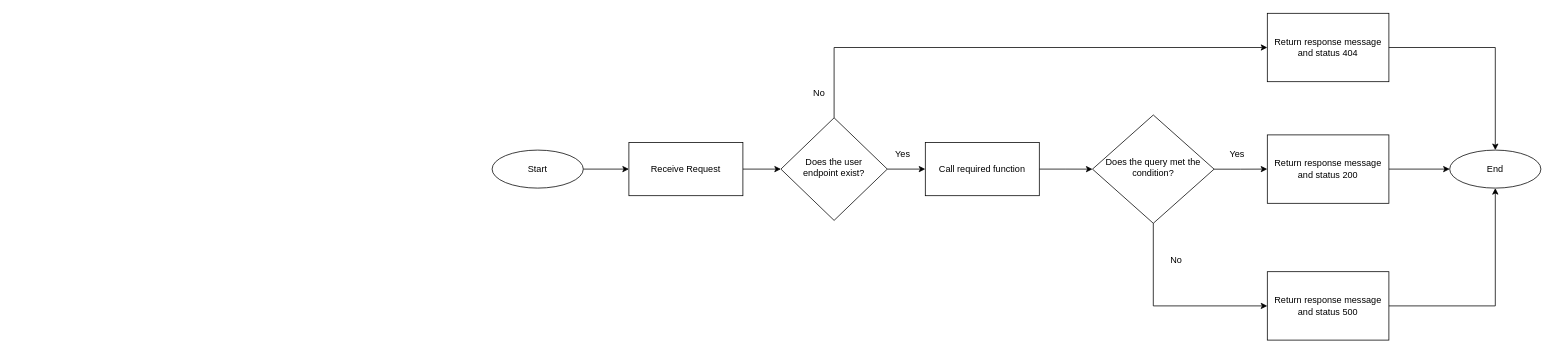
This is FlowBackend.drawio from aberizuki/Week-5, a draw.io file, before an edit. Source tidied: cells renumbered, new cells numbered last; positions are measured from the earlier drawing's top-left corner, leaving out a move shared by most shapes. Both pictures are drawn from the tidied source at 76%, with x=0, y=0 at pixel (492, 13).
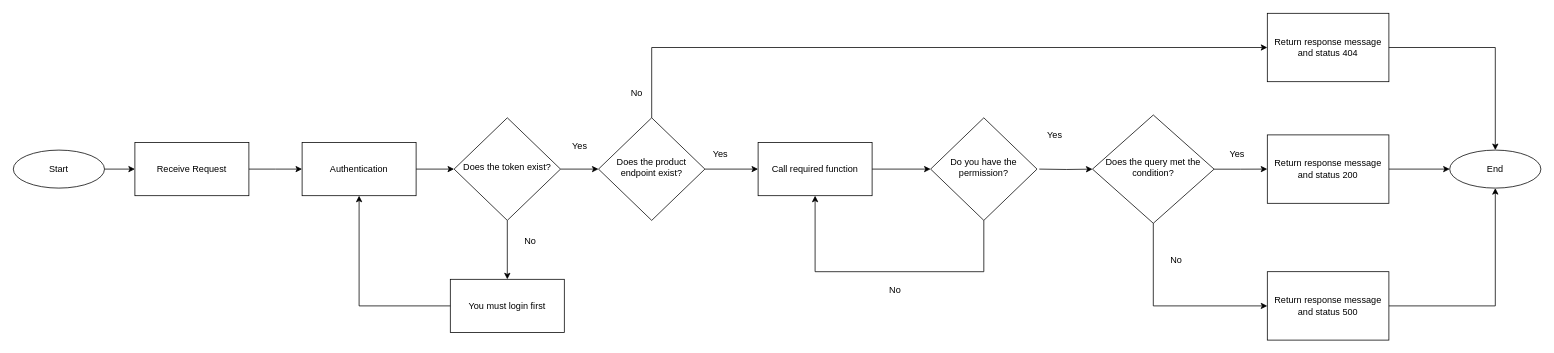
After the change.

Unchanged cells that the change refers to:
```xml
<mxCell id="10" value="Return response message and status 404" style="whiteSpace=wrap;html=1;rounded=0;" parent="1" vertex="1">
  <mxGeometry x="1020" width="160" height="90" as="geometry" />
</mxCell>
<mxCell id="15" value="Does the query met the condition?" style="rhombus;whiteSpace=wrap;html=1;shadow=0;fontFamily=Helvetica;fontSize=12;align=center;strokeWidth=1;spacing=6;spacingTop=-4;" parent="1" vertex="1">
  <mxGeometry x="790" y="133.8" width="160" height="142.5" as="geometry" />
</mxCell>
```

Diff of the diagram source:
```diff
@@
-    <mxCell id="3" value="Does the user&lt;br&gt;endpoint exist?" style="rhombus;whiteSpace=wrap;html=1;shadow=0;fontFamily=Helvetica;fontSize=12;align=center;strokeWidth=1;spacing=6;spacingTop=-4;" parent="1" vertex="1">
-      <mxGeometry x="380" y="137.5" width="140" height="135" as="geometry" />
+    <mxCell id="3" value="Does the product&lt;br&gt;endpoint exist?" style="rhombus;whiteSpace=wrap;html=1;shadow=0;fontFamily=Helvetica;fontSize=12;align=center;strokeWidth=1;spacing=6;spacingTop=-4;" parent="1" vertex="1">
+      <mxGeometry x="140" y="137.5" width="140" height="135" as="geometry" />
     </mxCell>
@@
     <mxCell id="5" value="Start" style="ellipse;whiteSpace=wrap;html=1;" parent="1" vertex="1">
-      <mxGeometry y="180" width="120" height="50" as="geometry" />
+      <mxGeometry x="-630" y="180" width="120" height="50" as="geometry" />
     </mxCell>
-    <mxCell id="6" style="edgeStyle=orthogonalEdgeStyle;rounded=0;jettySize=auto;html=1;" parent="1" edge="1" source="7" target="3">
-      <mxGeometry relative="1" as="geometry" />
+    <mxCell id="6" style="edgeStyle=orthogonalEdgeStyle;rounded=0;jettySize=auto;html=1;" parent="1" edge="1" source="7">
+      <mxGeometry relative="1" as="geometry">
+        <mxPoint x="-250" y="205" as="targetPoint" />
+      </mxGeometry>
     </mxCell>
     <mxCell id="7" value="Receive Request" style="rounded=0;whiteSpace=wrap;html=1;" parent="1" vertex="1">
-      <mxGeometry x="180" y="170" width="150" height="70" as="geometry" />
+      <mxGeometry x="-470" y="170" width="150" height="70" as="geometry" />
     </mxCell>
-    <mxCell id="8" style="edgeStyle=orthogonalEdgeStyle;rounded=0;jettySize=auto;html=1;entryX=0;entryY=0.5;entryDx=0;entryDy=0;" parent="1" edge="1" source="9" target="15">
-      <mxGeometry relative="1" as="geometry" />
+    <mxCell id="8" style="edgeStyle=orthogonalEdgeStyle;rounded=0;jettySize=auto;html=1;entryX=0;entryY=0.5;entryDx=0;entryDy=0;" parent="1" edge="1" target="15">
+      <mxGeometry relative="1" as="geometry">
+        <mxPoint x="720" y="205" as="sourcePoint" />
+      </mxGeometry>
     </mxCell>
+    <mxCell id="25" style="edgeStyle=orthogonalEdgeStyle;rounded=0;jettySize=auto;html=1;" parent="1" edge="1" source="9" target="35">
+      <mxGeometry relative="1" as="geometry" />
+    </mxCell>
     <mxCell id="9" value="Call required function" style="rounded=0;whiteSpace=wrap;html=1;" parent="1" vertex="1">
-      <mxGeometry x="570" y="170" width="150" height="70" as="geometry" />
+      <mxGeometry x="350" y="170" width="150" height="70" as="geometry" />
     </mxCell>
@@
     <mxCell id="11" style="endArrow=classic;html=1;rounded=0;entryX=0;entryY=0.5;entryDx=0;entryDy=0;exitX=0.5;exitY=0;exitDx=0;exitDy=0;" parent="1" edge="1" source="3" target="10">
       <mxGeometry relative="1" as="geometry">
         <Array as="points">
-          <mxPoint x="450" y="45" />
+          <mxPoint x="210" y="45" />
         </Array>
       </mxGeometry>
     </mxCell>
@@
     <mxCell id="21" value="Yes" style="text;html=1;align=center;verticalAlign=middle;strokeColor=none;fillColor=none;" parent="1" vertex="1">
-      <mxGeometry x="520" y="170" width="40" height="30" as="geometry" />
+      <mxGeometry x="280" y="170" width="40" height="30" as="geometry" />
     </mxCell>
@@
     <mxCell id="23" value="No" style="text;html=1;align=center;verticalAlign=middle;strokeColor=none;fillColor=none;" parent="1" vertex="1">
-      <mxGeometry x="410" y="90" width="40" height="30" as="geometry" />
+      <mxGeometry x="170" y="90" width="40" height="30" as="geometry" />
     </mxCell>
@@
+    <mxCell id="26" style="edgeStyle=orthogonalEdgeStyle;rounded=0;jettySize=auto;html=1;" parent="1" edge="1" source="27" target="30">
+      <mxGeometry relative="1" as="geometry" />
+    </mxCell>
+    <mxCell id="27" value="Authentication" style="rounded=0;whiteSpace=wrap;html=1;" parent="1" vertex="1">
+      <mxGeometry x="-250" y="170" width="150" height="70" as="geometry" />
+    </mxCell>
+    <mxCell id="28" style="edgeStyle=orthogonalEdgeStyle;rounded=0;jettySize=auto;html=1;" parent="1" edge="1" source="30" target="31">
+      <mxGeometry relative="1" as="geometry" />
+    </mxCell>
+    <mxCell id="29" style="edgeStyle=orthogonalEdgeStyle;rounded=0;jettySize=auto;html=1;" parent="1" edge="1" source="30" target="3">
+      <mxGeometry relative="1" as="geometry" />
+    </mxCell>
+    <mxCell id="30" value="Does the token exist?" style="rhombus;whiteSpace=wrap;html=1;shadow=0;fontFamily=Helvetica;fontSize=12;align=center;strokeWidth=1;spacing=6;spacingTop=-4;" parent="1" vertex="1">
+      <mxGeometry x="-50" y="137.5" width="140" height="135" as="geometry" />
+    </mxCell>
+    <mxCell id="31" value="You must login first" style="rounded=0;whiteSpace=wrap;html=1;" parent="1" vertex="1">
+      <mxGeometry x="-55" y="350" width="150" height="70" as="geometry" />
+    </mxCell>
+    <mxCell id="32" style="endArrow=classic;html=1;rounded=0;entryX=0.5;entryY=1;entryDx=0;entryDy=0;exitX=0;exitY=0.5;exitDx=0;exitDy=0;" parent="1" edge="1" source="31" target="27">
+      <mxGeometry relative="1" as="geometry">
+        <Array as="points">
+          <mxPoint x="-175" y="385" />
+        </Array>
+      </mxGeometry>
+    </mxCell>
+    <mxCell id="33" value="No" style="text;html=1;align=center;verticalAlign=middle;strokeColor=none;fillColor=none;" parent="1" vertex="1">
+      <mxGeometry x="30" y="285" width="40" height="30" as="geometry" />
+    </mxCell>
+    <mxCell id="34" value="Yes" style="text;html=1;align=center;verticalAlign=middle;strokeColor=none;fillColor=none;" parent="1" vertex="1">
+      <mxGeometry x="95" y="160" width="40" height="30" as="geometry" />
+    </mxCell>
+    <mxCell id="35" value="Do you have the permission?" style="rhombus;whiteSpace=wrap;html=1;shadow=0;fontFamily=Helvetica;fontSize=12;align=center;strokeWidth=1;spacing=6;spacingTop=-4;" parent="1" vertex="1">
+      <mxGeometry x="577" y="137.5" width="140" height="135" as="geometry" />
+    </mxCell>
+    <mxCell id="36" style="endArrow=classic;html=1;rounded=0;entryX=0.5;entryY=1;entryDx=0;entryDy=0;entryPerimeter=0;exitX=0.5;exitY=1;exitDx=0;exitDy=0;" parent="1" edge="1" source="35" target="9">
+      <mxGeometry relative="1" as="geometry">
+        <Array as="points">
+          <mxPoint x="647" y="340" />
+          <mxPoint x="425" y="340" />
+        </Array>
+      </mxGeometry>
+    </mxCell>
+    <mxCell id="37" value="Yes" style="text;html=1;align=center;verticalAlign=middle;strokeColor=none;fillColor=none;" parent="1" vertex="1">
+      <mxGeometry x="720" y="145" width="40" height="30" as="geometry" />
+    </mxCell>
+    <mxCell id="38" value="No" style="text;html=1;align=center;verticalAlign=middle;strokeColor=none;fillColor=none;" parent="1" vertex="1">
+      <mxGeometry x="510" y="350" width="40" height="30" as="geometry" />
+    </mxCell>
```
